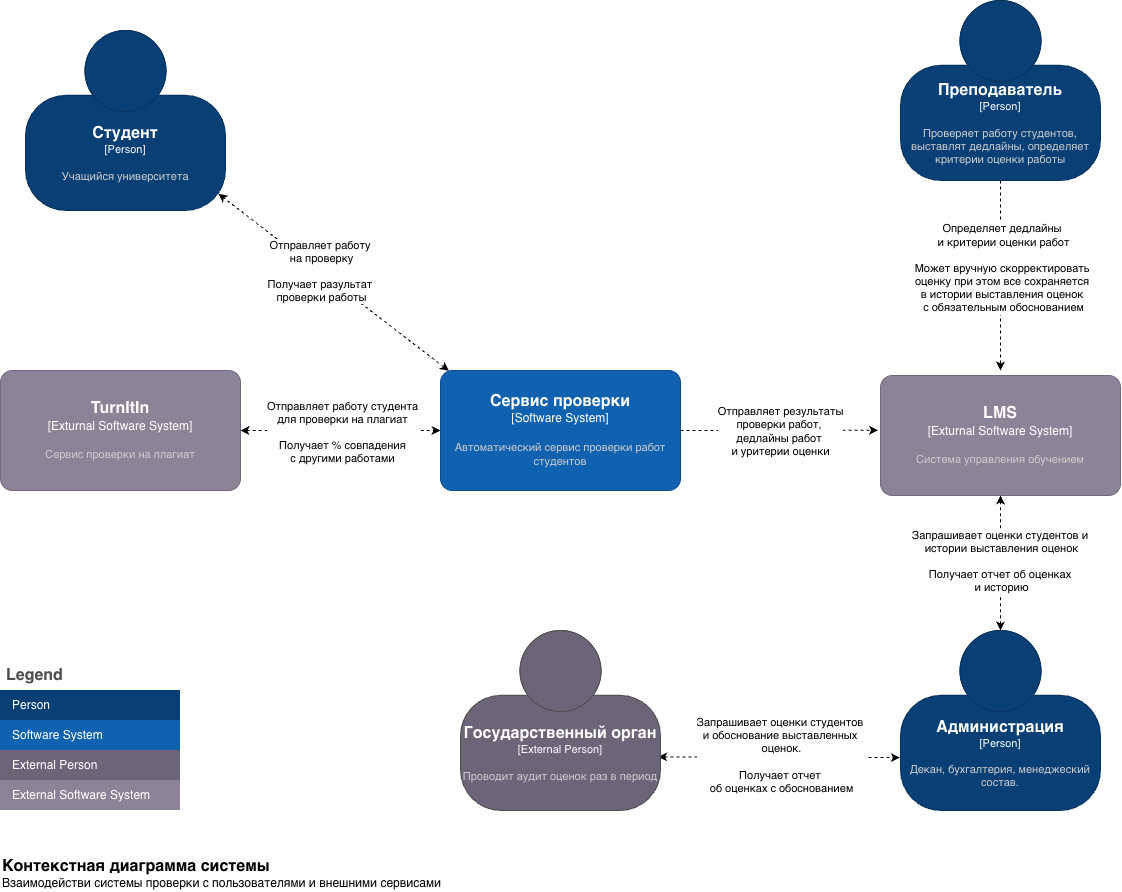
Above: HW1/context_diagram.png in uHiderovich/otus-arch-po (draw.io), before the change. Source tidied: cells renumbered, new cells last; positions are measured from the earlier drawing's top-left corner, leaving out a move shared by most shapes.
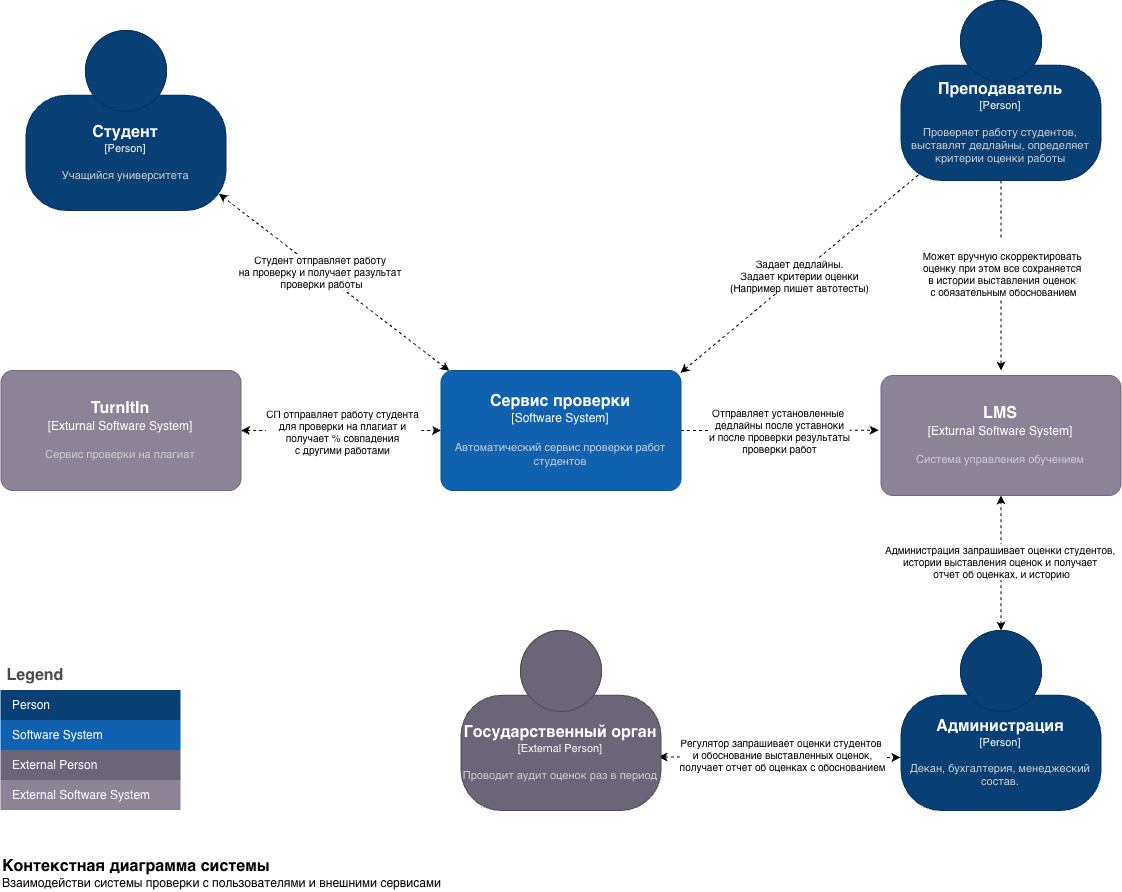
After the commit.

Diff of the diagram source:
```diff
@@ -35,13 +35,13 @@
     <mxCell id="8" style="edgeStyle=orthogonalEdgeStyle;rounded=0;jettySize=auto;html=1;exitX=1;exitY=0.5;exitDx=0;exitDy=0;exitPerimeter=0;entryX=0;entryY=0.5;entryDx=0;entryDy=0;entryPerimeter=0;dashed=1;startArrow=classic;startFill=1;endArrow=classic;endFill=1;" parent="1" edge="1" source="6" target="7">
       <mxGeometry relative="1" as="geometry" />
     </mxCell>
-    <mxCell id="9" value="&lt;font&gt;Отправляет работу студента&lt;/font&gt;&lt;div&gt;&lt;font&gt;для проверки&amp;nbsp;&lt;span style=&quot;background-color: light-dark(#ffffff, var(--ge-dark-color, #121212)); color: light-dark(rgb(0, 0, 0), rgb(255, 255, 255));&quot;&gt;на плагиат&lt;br&gt;&lt;br&gt;&lt;/span&gt;Получает % совпадения&lt;div&gt;с другими работами&lt;/div&gt;&lt;/font&gt;&lt;/div&gt;" style="edgeLabel;html=1;align=center;verticalAlign=middle;" parent="8" vertex="1">
+    <mxCell id="9" value="&lt;font&gt;СП отправляет работу студента&lt;/font&gt;&lt;div&gt;&lt;font&gt;для проверки&amp;nbsp;&lt;span style=&quot;background-color: light-dark(#ffffff, var(--ge-dark-color, #121212)); color: light-dark(rgb(0, 0, 0), rgb(255, 255, 255));&quot;&gt;на плагиат и&lt;br&gt;&lt;/span&gt;получает % совпадения&lt;div&gt;с другими работами&lt;/div&gt;&lt;/font&gt;&lt;/div&gt;" style="edgeLabel;html=1;align=center;verticalAlign=middle;fontSize=10;" parent="8" vertex="1">
       <mxGeometry x="0.01" y="-1" relative="1" as="geometry" />
     </mxCell>
     <mxCell id="10" style="edgeStyle=orthogonalEdgeStyle;rounded=0;jettySize=auto;html=1;exitX=1;exitY=0.5;exitDx=0;exitDy=0;exitPerimeter=0;entryX=-0.01;entryY=0.456;entryDx=0;entryDy=0;entryPerimeter=0;dashed=1;startArrow=none;startFill=0;" parent="1" edge="1" source="7" target="5">
       <mxGeometry relative="1" as="geometry" />
     </mxCell>
-    <mxCell id="11" value="&lt;font&gt;Отправляет результаты&lt;/font&gt;&lt;div&gt;&lt;font&gt;проверки&amp;nbsp;&lt;span style=&quot;background-color: light-dark(#ffffff, var(--ge-dark-color, #121212)); color: light-dark(rgb(0, 0, 0), rgb(255, 255, 255));&quot;&gt;работ,&amp;nbsp;&lt;/span&gt;&lt;/font&gt;&lt;/div&gt;&lt;div&gt;&lt;font&gt;&lt;span style=&quot;background-color: light-dark(#ffffff, var(--ge-dark-color, #121212)); color: light-dark(rgb(0, 0, 0), rgb(255, 255, 255));&quot;&gt;дедлайны работ&amp;nbsp;&lt;/span&gt;&lt;/font&gt;&lt;/div&gt;&lt;div&gt;&lt;font&gt;&lt;span style=&quot;background-color: light-dark(#ffffff, var(--ge-dark-color, #121212)); color: light-dark(rgb(0, 0, 0), rgb(255, 255, 255));&quot;&gt;и уритерии оценки&lt;/span&gt;&lt;/font&gt;&lt;/div&gt;" style="edgeLabel;html=1;align=center;verticalAlign=middle;" parent="10" vertex="1">
+    <mxCell id="11" value="&lt;font&gt;Отправляет установленные&amp;nbsp;&lt;/font&gt;&lt;div&gt;&lt;font&gt;дедлайны после уставноки&lt;/font&gt;&lt;div&gt;&lt;font&gt;и после проверки результаты&lt;/font&gt;&lt;div&gt;&lt;font&gt;проверки&amp;nbsp;&lt;span style=&quot;background-color: light-dark(#ffffff, var(--ge-dark-color, #121212)); color: light-dark(rgb(0, 0, 0), rgb(255, 255, 255));&quot;&gt;работ&lt;/span&gt;&lt;/font&gt;&lt;/div&gt;&lt;/div&gt;&lt;/div&gt;" style="edgeLabel;html=1;align=center;verticalAlign=middle;fontSize=10;" parent="10" vertex="1">
       <mxGeometry relative="1" as="geometry" />
     </mxCell>
     <mxCell id="12" style="edgeStyle=orthogonalEdgeStyle;rounded=0;jettySize=auto;html=1;exitX=0.5;exitY=1;exitDx=0;exitDy=0;exitPerimeter=0;dashed=1;startArrow=none;startFill=0;" parent="1" edge="1" source="3">
@@ -49,13 +49,13 @@
         <mxPoint x="1000" y="370" as="targetPoint" />
       </mxGeometry>
     </mxCell>
-    <mxCell id="13" value="&lt;font&gt;Определяет дедлайны&amp;nbsp;&lt;/font&gt;&lt;div&gt;&lt;font&gt;и&amp;nbsp;критерии оценки работ&lt;br&gt;&lt;br&gt;Может вручную скорректировать&amp;nbsp;&lt;div&gt;оценку &lt;span style=&quot;color: light-dark(rgb(0, 0, 0), rgb(255, 255, 255));&quot;&gt;при этом все сохраняется&amp;nbsp;&lt;/span&gt;&lt;/div&gt;&lt;div&gt;&lt;span style=&quot;color: light-dark(rgb(0, 0, 0), rgb(255, 255, 255));&quot;&gt;в истории &lt;/span&gt;&lt;span style=&quot;color: light-dark(rgb(0, 0, 0), rgb(255, 255, 255));&quot;&gt;выставления оценок&amp;nbsp;&lt;/span&gt;&lt;/div&gt;&lt;div&gt;&lt;span style=&quot;color: light-dark(rgb(0, 0, 0), rgb(255, 255, 255));&quot;&gt;с обязательным обоснованием&lt;/span&gt;&lt;/div&gt;&lt;/font&gt;&lt;/div&gt;" style="edgeLabel;html=1;align=center;verticalAlign=middle;" parent="12" vertex="1">
+    <mxCell id="13" value="&lt;div&gt;&lt;font&gt;&lt;br&gt;Может вручную скорректировать&amp;nbsp;&lt;div&gt;оценку &lt;span style=&quot;color: light-dark(rgb(0, 0, 0), rgb(255, 255, 255));&quot;&gt;при этом все сохраняется&amp;nbsp;&lt;/span&gt;&lt;/div&gt;&lt;div&gt;&lt;span style=&quot;color: light-dark(rgb(0, 0, 0), rgb(255, 255, 255));&quot;&gt;в истории &lt;/span&gt;&lt;span style=&quot;color: light-dark(rgb(0, 0, 0), rgb(255, 255, 255));&quot;&gt;выставления оценок&amp;nbsp;&lt;/span&gt;&lt;/div&gt;&lt;div&gt;&lt;span style=&quot;color: light-dark(rgb(0, 0, 0), rgb(255, 255, 255));&quot;&gt;с обязательным обоснованием&lt;/span&gt;&lt;/div&gt;&lt;/font&gt;&lt;/div&gt;" style="edgeLabel;html=1;align=center;verticalAlign=middle;fontSize=10;" parent="12" vertex="1">
       <mxGeometry x="-0.08" y="2" relative="1" as="geometry" />
     </mxCell>
     <mxCell id="14" style="edgeStyle=orthogonalEdgeStyle;rounded=0;jettySize=auto;html=1;dashed=1;startArrow=classic;startFill=1;exitX=0.5;exitY=0;exitDx=0;exitDy=0;exitPerimeter=0;entryX=0.5;entryY=1;entryDx=0;entryDy=0;entryPerimeter=0;" parent="1" edge="1" source="4" target="5">
       <mxGeometry relative="1" as="geometry" />
     </mxCell>
-    <mxCell id="15" value="&lt;font&gt;Запрашивает оценки студентов и&amp;nbsp;&lt;/font&gt;&lt;div&gt;&lt;font&gt;истории выставления&amp;nbsp;&lt;/font&gt;&lt;span style=&quot;background-color: light-dark(#ffffff, var(--ge-dark-color, #121212)); color: light-dark(rgb(0, 0, 0), rgb(255, 255, 255));&quot;&gt;оценок&lt;br&gt;&lt;br&gt;&lt;/span&gt;Получает отчет об оценках&amp;nbsp;&lt;div&gt;и историю&lt;/div&gt;&lt;/div&gt;" style="edgeLabel;html=1;align=center;verticalAlign=middle;" parent="14" vertex="1">
+    <mxCell id="15" value="&lt;font&gt;Администрация запрашивает оценки студентов,&lt;/font&gt;&lt;font style=&quot;background-color: light-dark(#ffffff, var(--ge-dark-color, #121212)); color: light-dark(rgb(0, 0, 0), rgb(255, 255, 255));&quot;&gt;&amp;nbsp;&lt;/font&gt;&lt;div&gt;&lt;font style=&quot;color: light-dark(rgb(0, 0, 0), rgb(255, 255, 255)); background-color: light-dark(#ffffff, var(--ge-dark-color, #121212));&quot;&gt;истории выставления&amp;nbsp;&lt;/font&gt;&lt;span style=&quot;color: light-dark(rgb(0, 0, 0), rgb(255, 255, 255)); background-color: light-dark(#ffffff, var(--ge-dark-color, #121212));&quot;&gt;оценок и п&lt;/span&gt;&lt;span style=&quot;color: light-dark(rgb(0, 0, 0), rgb(255, 255, 255)); background-color: light-dark(#ffffff, var(--ge-dark-color, #121212));&quot;&gt;олучает&amp;nbsp;&lt;/span&gt;&lt;div&gt;&lt;span style=&quot;background-color: light-dark(#ffffff, var(--ge-dark-color, #121212)); color: light-dark(rgb(0, 0, 0), rgb(255, 255, 255));&quot;&gt;отчет об оценках,&amp;nbsp;&lt;/span&gt;&lt;span style=&quot;background-color: light-dark(#ffffff, var(--ge-dark-color, #121212)); color: light-dark(rgb(0, 0, 0), rgb(255, 255, 255));&quot;&gt;и историю&lt;/span&gt;&lt;/div&gt;&lt;/div&gt;" style="edgeLabel;html=1;align=center;verticalAlign=middle;fontSize=10;" parent="14" vertex="1">
       <mxGeometry x="-0.04" y="-3" relative="1" as="geometry">
         <mxPoint x="-3" y="-5" as="offset" />
       </mxGeometry>
@@ -65,7 +65,7 @@
         <mxPoint x="657.6" y="756.5" as="sourcePoint" />
       </mxGeometry>
     </mxCell>
-    <mxCell id="17" value="&lt;font&gt;Запрашивает оценки студентов&amp;nbsp;&lt;/font&gt;&lt;div&gt;&lt;font&gt;и&amp;nbsp;&lt;/font&gt;&lt;span style=&quot;background-color: light-dark(#ffffff, var(--ge-dark-color, #121212)); color: light-dark(rgb(0, 0, 0), rgb(255, 255, 255));&quot;&gt;обоснование выставленных&amp;nbsp;&lt;/span&gt;&lt;div&gt;&lt;font&gt;оценок.&lt;br&gt;&lt;br&gt;Получает отчет&amp;nbsp;&lt;div&gt;об&lt;span style=&quot;color: light-dark(rgb(0, 0, 0), rgb(255, 255, 255));&quot;&gt; &lt;/span&gt;&lt;span style=&quot;color: light-dark(rgb(0, 0, 0), rgb(255, 255, 255));&quot;&gt;оценках с обоснованием&lt;/span&gt;&lt;/div&gt;&lt;/font&gt;&lt;/div&gt;&lt;/div&gt;" style="edgeLabel;html=1;align=center;verticalAlign=middle;" parent="16" vertex="1">
+    <mxCell id="17" value="&lt;font&gt;Регулятор запрашивает оценки студентов&amp;nbsp;&lt;/font&gt;&lt;div&gt;&lt;font&gt;и&amp;nbsp;&lt;/font&gt;&lt;span style=&quot;background-color: light-dark(#ffffff, var(--ge-dark-color, #121212)); color: light-dark(rgb(0, 0, 0), rgb(255, 255, 255));&quot;&gt;обоснование выставленных&amp;nbsp;&lt;/span&gt;&lt;span style=&quot;background-color: light-dark(#ffffff, var(--ge-dark-color, #121212)); color: light-dark(rgb(0, 0, 0), rgb(255, 255, 255));&quot;&gt;оценок,&lt;/span&gt;&lt;div&gt;&lt;font&gt;получает отчет&amp;nbsp;&lt;/font&gt;&lt;span style=&quot;background-color: light-dark(#ffffff, var(--ge-dark-color, #121212)); color: light-dark(rgb(0, 0, 0), rgb(255, 255, 255));&quot;&gt;об&lt;/span&gt;&lt;span style=&quot;background-color: light-dark(#ffffff, var(--ge-dark-color, #121212)); color: light-dark(rgb(0, 0, 0), rgb(255, 255, 255));&quot;&gt; &lt;/span&gt;&lt;span style=&quot;background-color: light-dark(#ffffff, var(--ge-dark-color, #121212)); color: light-dark(rgb(0, 0, 0), rgb(255, 255, 255));&quot;&gt;оценках с обоснованием&lt;/span&gt;&lt;/div&gt;&lt;/div&gt;" style="edgeLabel;html=1;align=center;verticalAlign=middle;fontSize=10;" parent="16" vertex="1">
       <mxGeometry x="0.02" y="3" relative="1" as="geometry" />
     </mxCell>
     <object id="18" label="&lt;font style=&quot;font-size: 16px&quot;&gt;&lt;b&gt;&lt;div style=&quot;text-align: left&quot;&gt;%c4Name%&lt;/div&gt;&lt;/b&gt;&lt;/font&gt;&lt;div style=&quot;text-align: left&quot;&gt;%c4Description%&lt;/div&gt;" c4Description="Взаимодействи системы проверки с пользователями и внешними сервисами" c4Name="Контекстная диаграмма системы" c4Type="ContainerScopeBoundary" placeholders="1">
@@ -81,7 +81,7 @@
     <mxCell id="20" style="endArrow=classic;html=1;rounded=0;entryX=0.964;entryY=0.907;entryDx=0;entryDy=0;entryPerimeter=0;exitX=0.035;exitY=0.003;exitDx=0;exitDy=0;exitPerimeter=0;dashed=1;startArrow=classic;startFill=1;" parent="1" edge="1" source="7" target="2">
       <mxGeometry relative="1" as="geometry" />
     </mxCell>
-    <mxCell id="21" value="Отправляет работу&amp;nbsp;&lt;div&gt;на проверку&lt;/div&gt;&lt;br&gt;Получает разультат&amp;nbsp;&lt;div&gt;проверки работы&lt;/div&gt;" style="edgeLabel;html=1;align=center;verticalAlign=middle;" parent="20" vertex="1">
+    <mxCell id="21" value="Студент отправляет работу&amp;nbsp;&lt;div&gt;на проверку и п&lt;span style=&quot;background-color: light-dark(#ffffff, var(--ge-dark-color, #121212)); color: light-dark(rgb(0, 0, 0), rgb(255, 255, 255));&quot;&gt;олучает разультат&amp;nbsp;&lt;/span&gt;&lt;/div&gt;&lt;div&gt;проверки работы&lt;/div&gt;" style="edgeLabel;html=1;align=center;verticalAlign=middle;fontSize=10;" parent="20" vertex="1">
       <mxGeometry x="0.05" relative="1" as="geometry">
         <mxPoint x="-7" y="-7" as="offset" />
       </mxGeometry>
@@ -113,5 +113,11 @@
     <mxCell id="30" value="External Software System" style="shape=partialRectangle;html=1;whiteSpace=wrap;strokeColor=inherit;overflow=hidden;fillColor=#8C8496;top=0;left=0;bottom=0;right=0;fontSize=12;align=left;fontColor=#FFFFFF;gradientColor=none;spacingLeft=10;spacingRight=4;" parent="29" vertex="1">
       <mxGeometry width="180" height="30" as="geometry" />
     </mxCell>
+    <mxCell id="31" style="endArrow=classic;html=1;rounded=0;exitX=0.087;exitY=0.969;exitDx=0;exitDy=0;exitPerimeter=0;entryX=0.998;entryY=0.02;entryDx=0;entryDy=0;entryPerimeter=0;dashed=1;startArrow=none;startFill=0;" parent="1" edge="1" source="3" target="7">
+      <mxGeometry relative="1" as="geometry" />
+    </mxCell>
+    <mxCell id="32" value="Задает дедлайны.&lt;br&gt;&lt;div&gt;&lt;span style=&quot;background-color: light-dark(#ffffff, var(--ge-dark-color, #121212)); color: light-dark(rgb(0, 0, 0), rgb(255, 255, 255));&quot;&gt;Задает&lt;/span&gt;&amp;nbsp;критерии оценки&lt;br&gt;(Например пишет автотесты)&lt;/div&gt;" style="edgeLabel;html=1;align=center;verticalAlign=middle;fontSize=10;" parent="31" vertex="1">
+      <mxGeometry x="0.01" y="1" relative="1" as="geometry" />
+    </mxCell>
   </root>
 </mxGraphModel>
```
